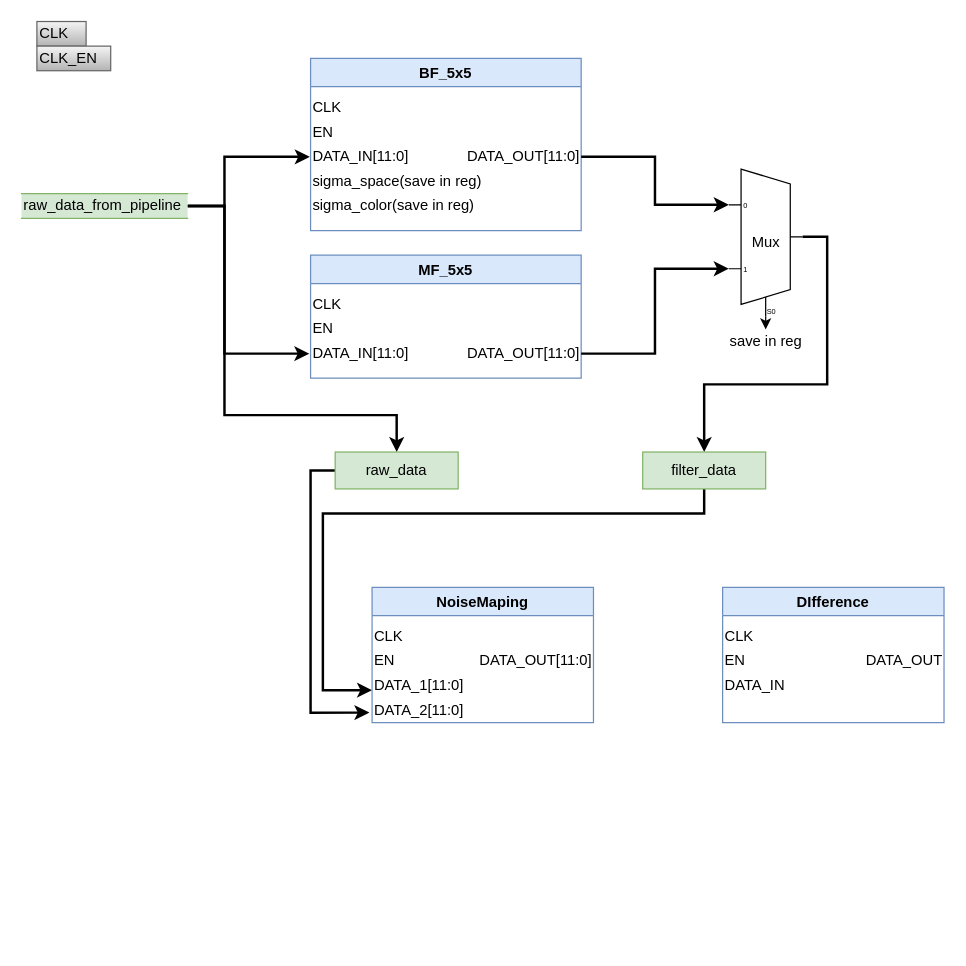
sustcsugar/draw.io keeps this draw.io diagram as page "ModulePartation" (2 of 2) of 3DNR/3DNR_hardware.drawio. Above is the earlier version. Source tidied: cells renumbered, new cells numbered last; positions are measured from the earlier drawing's top-left corner, leaving out a move shared by most shapes. Both pictures are drawn from the tidied source at 123%, with x=0, y=0 at pixel (21, 21).
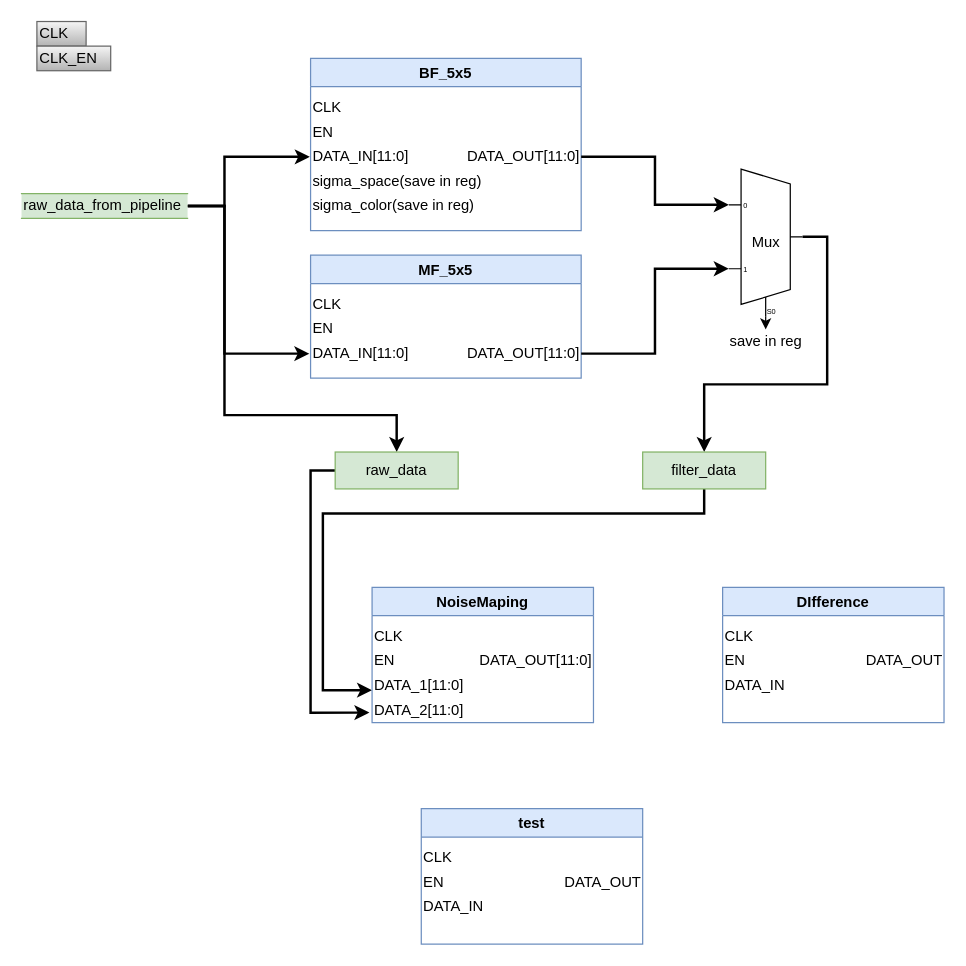
Above is the later version.

Commit message:
2021-11-08 17:05:50 from SHI Gang

Change to the diagram source:
```diff
@@
+    <mxCell id="41" value="test" style="swimlane;align=center;fillColor=#dae8fc;strokeColor=#6c8ebf;" parent="1" vertex="1">
+      <mxGeometry x="325" y="640" width="180" height="110" as="geometry" />
+    </mxCell>
+    <mxCell id="42" value="CLK" style="text;html=1;align=left;verticalAlign=middle;strokeColor=none;fillColor=none;" parent="41" vertex="1">
+      <mxGeometry y="30" width="40" height="20" as="geometry" />
+    </mxCell>
+    <mxCell id="43" value="EN" style="text;html=1;align=left;verticalAlign=middle;strokeColor=none;fillColor=none;" parent="41" vertex="1">
+      <mxGeometry y="50" width="30" height="20" as="geometry" />
+    </mxCell>
+    <mxCell id="44" value="DATA_IN" style="text;html=1;align=left;verticalAlign=middle;strokeColor=none;fillColor=none;" parent="41" vertex="1">
+      <mxGeometry y="70" width="60" height="20" as="geometry" />
+    </mxCell>
+    <mxCell id="45" value="DATA_OUT" style="text;html=1;align=right;verticalAlign=middle;strokeColor=none;fillColor=none;" parent="41" vertex="1">
+      <mxGeometry x="100" y="50" width="80" height="20" as="geometry" />
+    </mxCell>
```
